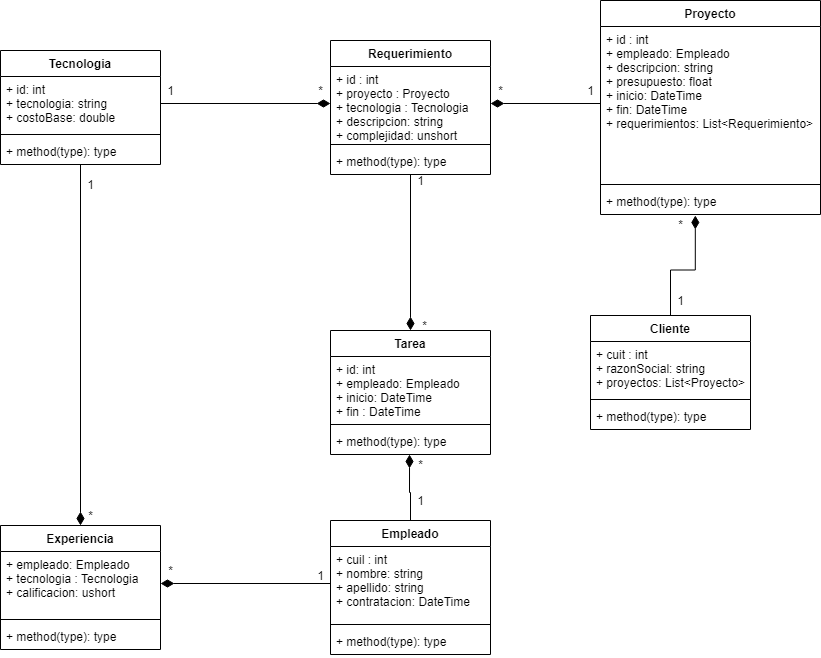
Earlier version of the draw.io export docs/tabla.drawio.png (LeonFBeymar/5TO7MALEONSOFTWARE). Source tidied: cells renumbered, new cells last; positions are measured from the earlier drawing's top-left corner, leaving out a move shared by most shapes. Source of this version:
```xml
<mxGraphModel>
  <root>
    <mxCell id="0" />
    <mxCell id="1" parent="0" />
    <mxCell id="2" style="edgeStyle=orthogonalEdgeStyle;rounded=0;jettySize=auto;html=1;entryX=0.5;entryY=0;entryDx=0;entryDy=0;endArrow=diamondThin;endFill=1;endSize=11;strokeWidth=1;" parent="1" edge="1" source="3" target="30">
      <mxGeometry relative="1" as="geometry" />
    </mxCell>
    <mxCell id="3" value="Tecnologia" style="swimlane;fontStyle=1;align=center;verticalAlign=top;horizontal=1;startSize=26;" parent="1" vertex="1">
      <mxGeometry y="50" width="160" height="114" as="geometry" />
    </mxCell>
    <mxCell id="4" value="+ id: int&#10;+ tecnologia: string&#10;+ costoBase: double  " style="text;strokeColor=none;fillColor=none;align=left;verticalAlign=top;spacingLeft=4;spacingRight=4;overflow=hidden;points=[[0,0.5],[1,0.5]];portConstraint=eastwest;" parent="3" vertex="1">
      <mxGeometry y="26" width="160" height="54" as="geometry" />
    </mxCell>
    <mxCell id="5" style="line;strokeWidth=1;fillColor=none;align=left;verticalAlign=middle;spacingTop=-1;spacingLeft=3;spacingRight=3;labelPosition=right;" parent="3" vertex="1">
      <mxGeometry y="80" width="160" height="8" as="geometry" />
    </mxCell>
    <mxCell id="6" value="+ method(type): type" style="text;strokeColor=none;fillColor=none;align=left;verticalAlign=top;spacingLeft=4;spacingRight=4;overflow=hidden;" parent="3" vertex="1">
      <mxGeometry y="88" width="160" height="26" as="geometry" />
    </mxCell>
    <mxCell id="7" style="edgeStyle=orthogonalEdgeStyle;rounded=0;jettySize=auto;html=1;entryX=0.5;entryY=0;entryDx=0;entryDy=0;endArrow=diamondThin;endFill=1;endSize=11;strokeWidth=1;" parent="1" edge="1" source="8" target="16">
      <mxGeometry relative="1" as="geometry" />
    </mxCell>
    <mxCell id="8" value="Requerimiento" style="swimlane;fontStyle=1;align=center;verticalAlign=top;horizontal=1;startSize=26;" parent="1" vertex="1">
      <mxGeometry x="330" y="40" width="160" height="134" as="geometry" />
    </mxCell>
    <mxCell id="9" value="+ id : int&#10;+ proyecto : Proyecto&#10;+ tecnologia : Tecnologia&#10;+ descripcion: string&#10;+ complejidad: unshort" style="text;strokeColor=none;fillColor=none;align=left;verticalAlign=top;spacingLeft=4;spacingRight=4;overflow=hidden;points=[[0,0.5],[1,0.5]];portConstraint=eastwest;" parent="8" vertex="1">
      <mxGeometry y="26" width="160" height="74" as="geometry" />
    </mxCell>
    <mxCell id="10" style="line;strokeWidth=1;fillColor=none;align=left;verticalAlign=middle;spacingTop=-1;spacingLeft=3;spacingRight=3;labelPosition=right;" parent="8" vertex="1">
      <mxGeometry y="100" width="160" height="8" as="geometry" />
    </mxCell>
    <mxCell id="11" value="+ method(type): type" style="text;strokeColor=none;fillColor=none;align=left;verticalAlign=top;spacingLeft=4;spacingRight=4;overflow=hidden;" parent="8" vertex="1">
      <mxGeometry y="108" width="160" height="26" as="geometry" />
    </mxCell>
    <mxCell id="12" value="Proyecto&#10;" style="swimlane;fontStyle=1;align=center;verticalAlign=top;horizontal=1;startSize=26;" parent="1" vertex="1">
      <mxGeometry x="600" width="220" height="214" as="geometry" />
    </mxCell>
    <mxCell id="13" value="+ id : int&#10;+ empleado: Empleado&#10;+ descripcion: string&#10;+ presupuesto: float&#10;+ inicio: DateTime&#10;+ fin: DateTime&#10;+ requerimientos: List&lt;Requerimiento&gt;" style="text;strokeColor=none;fillColor=none;align=left;verticalAlign=top;spacingLeft=4;spacingRight=4;overflow=hidden;points=[[0,0.5],[1,0.5]];portConstraint=eastwest;" parent="12" vertex="1">
      <mxGeometry y="26" width="220" height="154" as="geometry" />
    </mxCell>
    <mxCell id="14" style="line;strokeWidth=1;fillColor=none;align=left;verticalAlign=middle;spacingTop=-1;spacingLeft=3;spacingRight=3;labelPosition=right;" parent="12" vertex="1">
      <mxGeometry y="180" width="220" height="8" as="geometry" />
    </mxCell>
    <mxCell id="15" value="+ method(type): type" style="text;strokeColor=none;fillColor=none;align=left;verticalAlign=top;spacingLeft=4;spacingRight=4;overflow=hidden;points=[[0,0.5],[1,0.5]];portConstraint=eastwest;" parent="12" vertex="1">
      <mxGeometry y="188" width="220" height="26" as="geometry" />
    </mxCell>
    <mxCell id="16" value="Tarea&#10;" style="swimlane;fontStyle=1;align=center;verticalAlign=top;horizontal=1;startSize=26;" parent="1" vertex="1">
      <mxGeometry x="330" y="330" width="160" height="124" as="geometry" />
    </mxCell>
    <mxCell id="17" value="+ id: int&#10;+ empleado: Empleado&#10;+ inicio: DateTime&#10;+ fin : DateTime" style="text;strokeColor=none;fillColor=none;align=left;verticalAlign=top;spacingLeft=4;spacingRight=4;overflow=hidden;" parent="16" vertex="1">
      <mxGeometry y="26" width="160" height="64" as="geometry" />
    </mxCell>
    <mxCell id="18" style="line;strokeWidth=1;fillColor=none;align=left;verticalAlign=middle;spacingTop=-1;spacingLeft=3;spacingRight=3;labelPosition=right;" parent="16" vertex="1">
      <mxGeometry y="90" width="160" height="8" as="geometry" />
    </mxCell>
    <mxCell id="19" value="+ method(type): type" style="text;strokeColor=none;fillColor=none;align=left;verticalAlign=top;spacingLeft=4;spacingRight=4;overflow=hidden;points=[[0,0.5],[1,0.5]];portConstraint=eastwest;" parent="16" vertex="1">
      <mxGeometry y="98" width="160" height="26" as="geometry" />
    </mxCell>
    <mxCell id="20" style="edgeStyle=orthogonalEdgeStyle;rounded=0;jettySize=auto;html=1;entryX=0.431;entryY=1.038;entryDx=0;entryDy=0;entryPerimeter=0;endArrow=diamondThin;endFill=1;strokeWidth=1;endSize=11;" parent="1" edge="1" source="21" target="15">
      <mxGeometry relative="1" as="geometry" />
    </mxCell>
    <mxCell id="21" value="Cliente&#10;" style="swimlane;fontStyle=1;align=center;verticalAlign=top;horizontal=1;startSize=26;" parent="1" vertex="1">
      <mxGeometry x="590" y="315" width="160" height="114" as="geometry" />
    </mxCell>
    <mxCell id="22" value="+ cuit : int&#10;+ razonSocial: string&#10;+ proyectos: List&lt;Proyecto&gt;" style="text;strokeColor=none;fillColor=none;align=left;verticalAlign=top;spacingLeft=4;spacingRight=4;overflow=hidden;" parent="21" vertex="1">
      <mxGeometry y="26" width="160" height="54" as="geometry" />
    </mxCell>
    <mxCell id="23" style="line;strokeWidth=1;fillColor=none;align=left;verticalAlign=middle;spacingTop=-1;spacingLeft=3;spacingRight=3;labelPosition=right;" parent="21" vertex="1">
      <mxGeometry y="80" width="160" height="8" as="geometry" />
    </mxCell>
    <mxCell id="24" value="+ method(type): type" style="text;strokeColor=none;fillColor=none;align=left;verticalAlign=top;spacingLeft=4;spacingRight=4;overflow=hidden;" parent="21" vertex="1">
      <mxGeometry y="88" width="160" height="26" as="geometry" />
    </mxCell>
    <mxCell id="25" style="edgeStyle=orthogonalEdgeStyle;rounded=0;jettySize=auto;html=1;entryX=0.494;entryY=1;entryDx=0;entryDy=0;entryPerimeter=0;endArrow=diamondThin;endFill=1;endSize=11;strokeWidth=1;exitX=0.5;exitY=0;exitDx=0;exitDy=0;" parent="1" edge="1" source="26" target="19">
      <mxGeometry relative="1" as="geometry" />
    </mxCell>
    <mxCell id="26" value="Empleado&#10;" style="swimlane;fontStyle=1;align=center;verticalAlign=top;horizontal=1;startSize=26;" parent="1" vertex="1">
      <mxGeometry x="330" y="520" width="160" height="134" as="geometry" />
    </mxCell>
    <mxCell id="27" value="+ cuil : int&#10;+ nombre: string&#10;+ apellido: string&#10;+ contratacion: DateTime" style="text;strokeColor=none;fillColor=none;align=left;verticalAlign=top;spacingLeft=4;spacingRight=4;overflow=hidden;points=[[0,0.5],[1,0.5]];portConstraint=eastwest;" parent="26" vertex="1">
      <mxGeometry y="26" width="160" height="74" as="geometry" />
    </mxCell>
    <mxCell id="28" style="line;strokeWidth=1;fillColor=none;align=left;verticalAlign=middle;spacingTop=-1;spacingLeft=3;spacingRight=3;labelPosition=right;" parent="26" vertex="1">
      <mxGeometry y="100" width="160" height="8" as="geometry" />
    </mxCell>
    <mxCell id="29" value="+ method(type): type" style="text;strokeColor=none;fillColor=none;align=left;verticalAlign=top;spacingLeft=4;spacingRight=4;overflow=hidden;" parent="26" vertex="1">
      <mxGeometry y="108" width="160" height="26" as="geometry" />
    </mxCell>
    <mxCell id="30" value="Experiencia" style="swimlane;fontStyle=1;align=center;verticalAlign=top;horizontal=1;startSize=26;" parent="1" vertex="1">
      <mxGeometry y="525" width="160" height="124" as="geometry" />
    </mxCell>
    <mxCell id="31" value="+ empleado: Empleado&#10;+ tecnologia : Tecnologia&#10;+ calificacion: ushort" style="text;strokeColor=none;fillColor=none;align=left;verticalAlign=top;spacingLeft=4;spacingRight=4;overflow=hidden;points=[[0,0.5],[1,0.5]];portConstraint=eastwest;" parent="30" vertex="1">
      <mxGeometry y="26" width="160" height="64" as="geometry" />
    </mxCell>
    <mxCell id="32" style="line;strokeWidth=1;fillColor=none;align=left;verticalAlign=middle;spacingTop=-1;spacingLeft=3;spacingRight=3;labelPosition=right;" parent="30" vertex="1">
      <mxGeometry y="90" width="160" height="8" as="geometry" />
    </mxCell>
    <mxCell id="33" value="+ method(type): type" style="text;strokeColor=none;fillColor=none;align=left;verticalAlign=top;spacingLeft=4;spacingRight=4;overflow=hidden;" parent="30" vertex="1">
      <mxGeometry y="98" width="160" height="26" as="geometry" />
    </mxCell>
    <mxCell id="34" value="1" style="text;html=1;align=center;verticalAlign=middle;strokeColor=none;" parent="1" vertex="1">
      <mxGeometry x="670" y="290" width="20" height="20" as="geometry" />
    </mxCell>
    <mxCell id="35" value="*" style="text;html=1;align=center;verticalAlign=middle;strokeColor=none;" parent="1" vertex="1">
      <mxGeometry x="670" y="214" width="20" height="20" as="geometry" />
    </mxCell>
    <mxCell id="36" value="*" style="text;html=1;align=center;verticalAlign=middle;strokeColor=none;" parent="1" vertex="1">
      <mxGeometry x="80" y="505" width="20" height="20" as="geometry" />
    </mxCell>
    <mxCell id="37" value="1" style="text;html=1;align=center;verticalAlign=middle;strokeColor=none;" parent="1" vertex="1">
      <mxGeometry x="80" y="174" width="20" height="20" as="geometry" />
    </mxCell>
    <mxCell id="38" style="edgeStyle=orthogonalEdgeStyle;rounded=0;jettySize=auto;html=1;entryX=0;entryY=0.5;entryDx=0;entryDy=0;endArrow=diamondThin;endFill=1;endSize=11;strokeWidth=1;" parent="1" edge="1" source="4" target="9">
      <mxGeometry relative="1" as="geometry" />
    </mxCell>
    <mxCell id="39" value="1" style="text;html=1;align=center;verticalAlign=middle;strokeColor=none;" parent="1" vertex="1">
      <mxGeometry x="160" y="80" width="20" height="20" as="geometry" />
    </mxCell>
    <mxCell id="40" value="*" style="text;html=1;align=center;verticalAlign=middle;strokeColor=none;" parent="1" vertex="1">
      <mxGeometry x="310" y="80" width="20" height="20" as="geometry" />
    </mxCell>
    <mxCell id="41" style="edgeStyle=orthogonalEdgeStyle;rounded=0;jettySize=auto;html=1;entryX=1;entryY=0.5;entryDx=0;entryDy=0;endArrow=diamondThin;endFill=1;endSize=11;strokeWidth=1;" parent="1" edge="1" source="13" target="9">
      <mxGeometry relative="1" as="geometry" />
    </mxCell>
    <mxCell id="42" value="*" style="text;html=1;align=center;verticalAlign=middle;strokeColor=none;" parent="1" vertex="1">
      <mxGeometry x="490" y="80" width="20" height="20" as="geometry" />
    </mxCell>
    <mxCell id="43" value="1" style="text;html=1;align=center;verticalAlign=middle;strokeColor=none;" parent="1" vertex="1">
      <mxGeometry x="580" y="80" width="20" height="20" as="geometry" />
    </mxCell>
    <mxCell id="44" value="1" style="text;html=1;align=center;verticalAlign=middle;strokeColor=none;" parent="1" vertex="1">
      <mxGeometry x="410" y="170" width="20" height="20" as="geometry" />
    </mxCell>
    <mxCell id="45" value="*" style="text;html=1;align=center;verticalAlign=middle;strokeColor=none;" parent="1" vertex="1">
      <mxGeometry x="414" y="315" width="20" height="20" as="geometry" />
    </mxCell>
    <mxCell id="46" value="*" style="text;html=1;align=center;verticalAlign=middle;strokeColor=none;" parent="1" vertex="1">
      <mxGeometry x="410" y="454" width="20" height="20" as="geometry" />
    </mxCell>
    <mxCell id="47" value="1" style="text;html=1;align=center;verticalAlign=middle;strokeColor=none;" parent="1" vertex="1">
      <mxGeometry x="410" y="490" width="20" height="20" as="geometry" />
    </mxCell>
    <mxCell id="48" style="edgeStyle=orthogonalEdgeStyle;rounded=0;jettySize=auto;html=1;entryX=1;entryY=0.5;entryDx=0;entryDy=0;endArrow=diamondThin;endFill=1;endSize=11;strokeWidth=1;" parent="1" edge="1" source="27" target="31">
      <mxGeometry relative="1" as="geometry" />
    </mxCell>
    <mxCell id="49" value="*" style="text;html=1;align=center;verticalAlign=middle;strokeColor=none;" parent="1" vertex="1">
      <mxGeometry x="160" y="560" width="20" height="20" as="geometry" />
    </mxCell>
    <mxCell id="50" value="1" style="text;html=1;align=center;verticalAlign=middle;strokeColor=none;" parent="1" vertex="1">
      <mxGeometry x="310" y="565" width="20" height="20" as="geometry" />
    </mxCell>
  </root>
</mxGraphModel>
```
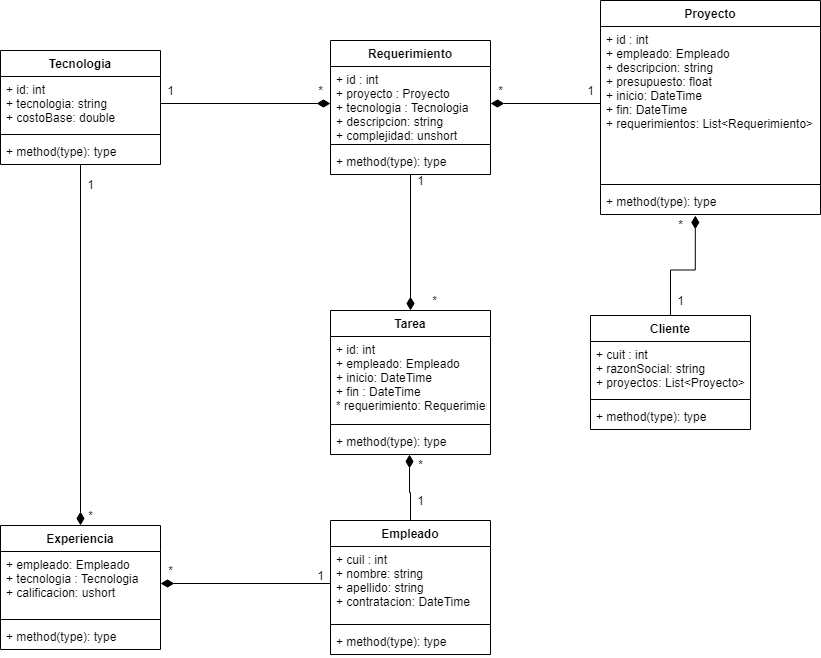
After the change.

The edit, as a diff of the source:
```diff
@@ -45,16 +45,16 @@
       <mxGeometry y="188" width="220" height="26" as="geometry" />
     </mxCell>
     <mxCell id="16" value="Tarea&#10;" style="swimlane;fontStyle=1;align=center;verticalAlign=top;horizontal=1;startSize=26;" parent="1" vertex="1">
-      <mxGeometry x="330" y="330" width="160" height="124" as="geometry" />
+      <mxGeometry x="330" y="310" width="160" height="144" as="geometry" />
     </mxCell>
-    <mxCell id="17" value="+ id: int&#10;+ empleado: Empleado&#10;+ inicio: DateTime&#10;+ fin : DateTime" style="text;strokeColor=none;fillColor=none;align=left;verticalAlign=top;spacingLeft=4;spacingRight=4;overflow=hidden;" parent="16" vertex="1">
-      <mxGeometry y="26" width="160" height="64" as="geometry" />
+    <mxCell id="17" value="+ id: int&#10;+ empleado: Empleado&#10;+ inicio: DateTime&#10;+ fin : DateTime&#10;* requerimiento: Requerimiento" style="text;strokeColor=none;fillColor=none;align=left;verticalAlign=top;spacingLeft=4;spacingRight=4;overflow=hidden;" parent="16" vertex="1">
+      <mxGeometry y="26" width="160" height="84" as="geometry" />
     </mxCell>
     <mxCell id="18" style="line;strokeWidth=1;fillColor=none;align=left;verticalAlign=middle;spacingTop=-1;spacingLeft=3;spacingRight=3;labelPosition=right;" parent="16" vertex="1">
-      <mxGeometry y="90" width="160" height="8" as="geometry" />
+      <mxGeometry y="110" width="160" height="8" as="geometry" />
     </mxCell>
     <mxCell id="19" value="+ method(type): type" style="text;strokeColor=none;fillColor=none;align=left;verticalAlign=top;spacingLeft=4;spacingRight=4;overflow=hidden;points=[[0,0.5],[1,0.5]];portConstraint=eastwest;" parent="16" vertex="1">
-      <mxGeometry y="98" width="160" height="26" as="geometry" />
+      <mxGeometry y="118" width="160" height="26" as="geometry" />
     </mxCell>
     <mxCell id="20" style="edgeStyle=orthogonalEdgeStyle;rounded=0;jettySize=auto;html=1;entryX=0.431;entryY=1.038;entryDx=0;entryDy=0;entryPerimeter=0;endArrow=diamondThin;endFill=1;strokeWidth=1;endSize=11;" parent="1" edge="1" source="21" target="15">
       <mxGeometry relative="1" as="geometry" />
@@ -132,7 +132,7 @@
       <mxGeometry x="410" y="170" width="20" height="20" as="geometry" />
     </mxCell>
     <mxCell id="45" value="*" style="text;html=1;align=center;verticalAlign=middle;strokeColor=none;" parent="1" vertex="1">
-      <mxGeometry x="414" y="315" width="20" height="20" as="geometry" />
+      <mxGeometry x="424" y="290" width="20" height="20" as="geometry" />
     </mxCell>
     <mxCell id="46" value="*" style="text;html=1;align=center;verticalAlign=middle;strokeColor=none;" parent="1" vertex="1">
       <mxGeometry x="410" y="454" width="20" height="20" as="geometry" />
```
